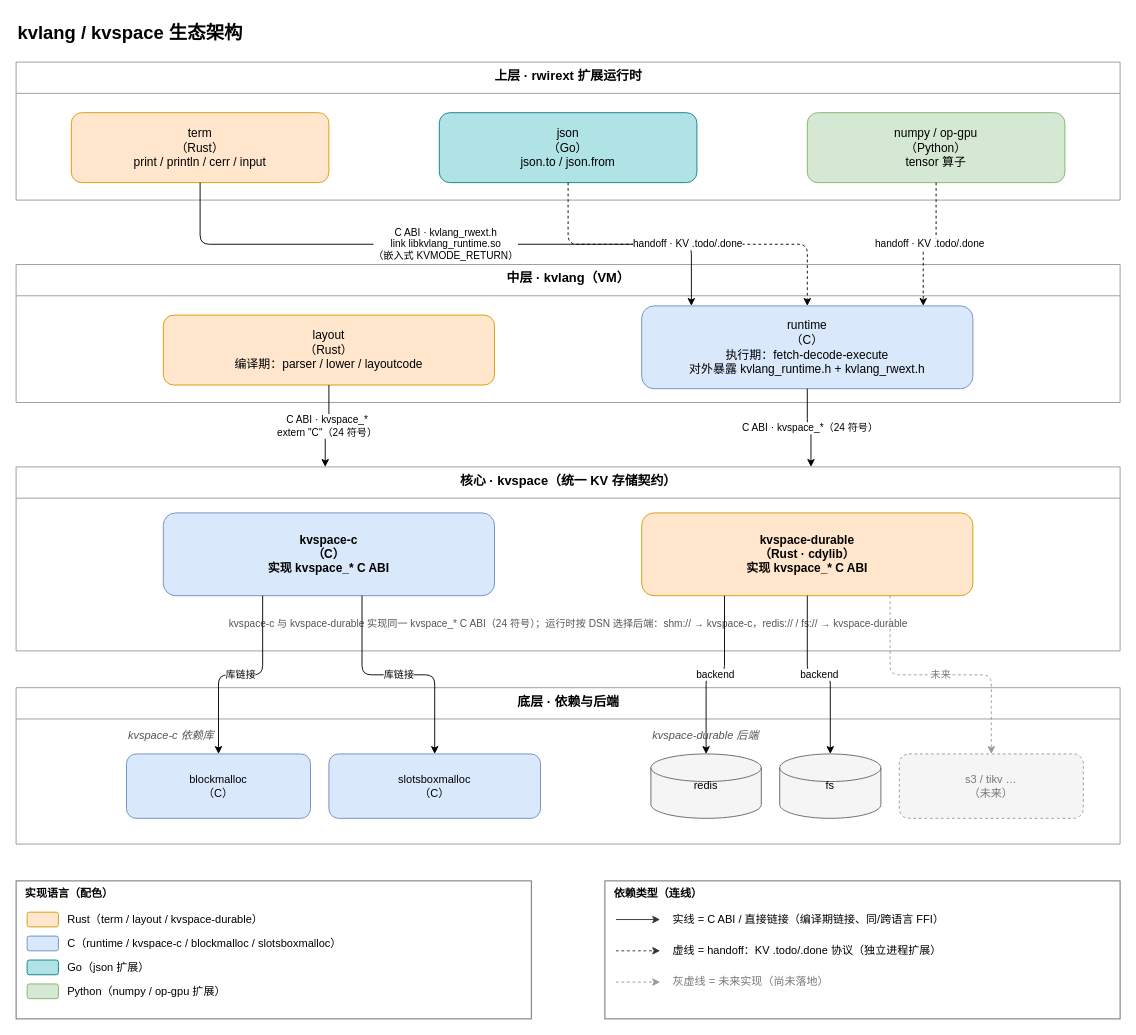
array2d/deepx-design keeps this draw.io diagram as kvlang-ecosystem-architecture.drawio. Above is the earlier version. Source tidied: cells renumbered, new cells numbered last; positions are measured from the earlier drawing's top-left corner, leaving out a move shared by most shapes. Both pictures are drawn from the tidied source at 92%, with x=0, y=0 at pixel (16, 16).
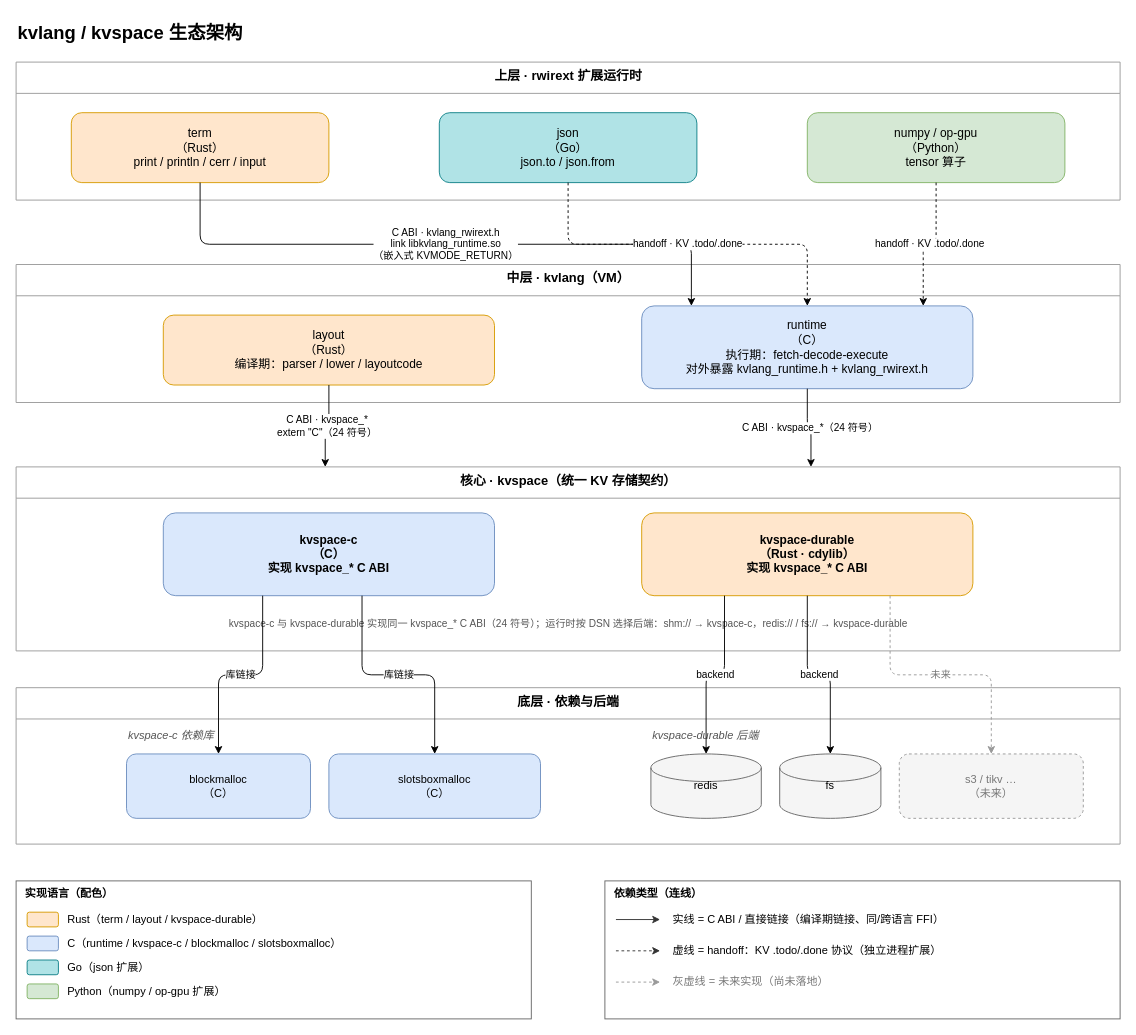
The same page after the edit.

Commit message (it also covers changes not shown here):
docs: rwext → rwirext 命名统一（abi-naming-standard + parser/runtime 文档）

The change refers to these unchanged cells:
```xml
<mxCell id="4" value="term&#10;（Rust）&#10;print / println / cerr / input" style="rounded=1;whiteSpace=wrap;html=1;fillColor=#ffe6cc;strokeColor=#d79b00;fontSize=13;" parent="3" vertex="1">
  <mxGeometry x="60" y="55" width="280" height="76" as="geometry" />
</mxCell>
<mxCell id="7" value="中层 · kvlang（VM）" style="swimlane;startSize=34;html=1;fillColor=#ffffff;swimlaneFillColor=#ffffff;strokeColor=#999999;fontSize=14;fontStyle=1;verticalAlign=top;" parent="1" vertex="1">
  <mxGeometry y="270" width="1200" height="150" as="geometry" />
</mxCell>
```

The edit, as a diff of the source:
```diff
@@
-    <mxCell id="9" value="runtime&#10;（C）&#10;执行期：fetch-decode-execute&#10;对外暴露 kvlang_runtime.h + kvlang_rwext.h" style="rounded=1;whiteSpace=wrap;html=1;fillColor=#dae8fc;strokeColor=#6c8ebf;fontSize=13;" parent="7" vertex="1">
+    <mxCell id="9" value="runtime&#10;（C）&#10;执行期：fetch-decode-execute&#10;对外暴露 kvlang_runtime.h + kvlang_rwirext.h" style="rounded=1;whiteSpace=wrap;html=1;fillColor=#dae8fc;strokeColor=#6c8ebf;fontSize=13;" parent="7" vertex="1">
       <mxGeometry x="680" y="45" width="360" height="90" as="geometry" />
     </mxCell>
@@
-    <mxCell id="22" value="C ABI · kvlang_rwext.h&#10;link libkvlang_runtime.so&#10;（嵌入式 KVMODE_RETURN）" style="edgeStyle=orthogonalEdgeStyle;rounded=1;jettySize=auto;html=1;exitX=0.5;exitY=1;exitDx=0;exitDy=0;entryX=0.15;entryY=0;entryDx=0;entryDy=0;labelBackgroundColor=#ffffff;fontSize=11;" parent="1" edge="1" source="4" target="9">
+    <mxCell id="22" value="C ABI · kvlang_rwirext.h&#10;link libkvlang_runtime.so&#10;（嵌入式 KVMODE_RETURN）" style="edgeStyle=orthogonalEdgeStyle;rounded=1;jettySize=auto;html=1;exitX=0.5;exitY=1;exitDx=0;exitDy=0;entryX=0.15;entryY=0;entryDx=0;entryDy=0;labelBackgroundColor=#ffffff;fontSize=11;" parent="1" edge="1" source="4" target="9">
       <mxGeometry relative="1" as="geometry" />
     </mxCell>
```
